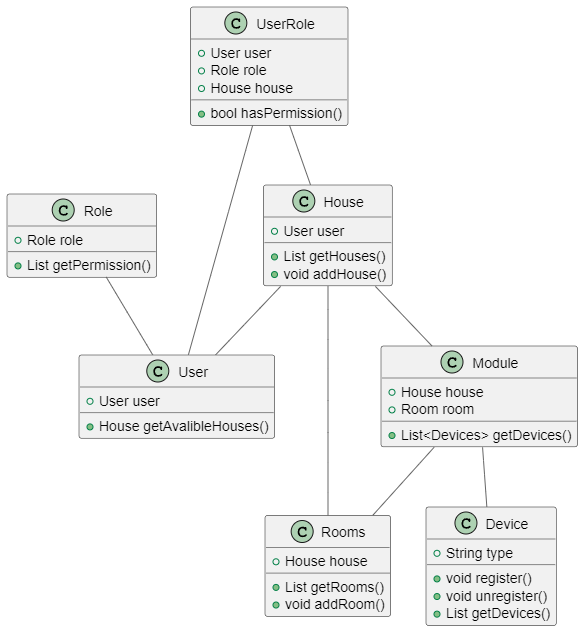
Earlier version of the PlantUML export images/code1.png (VZMDeadAngel/architecture-sprint-3). Its source is kept beside it as diagrams/code1.puml. Source of this version:
```plantuml
@startuml

top to bottom direction

!include https://raw.githubusercontent.com/plantuml-stdlib/C4-PlantUML/master/C4_Component.puml

class Role{
    +Role role
    +List getPermission()
}

class User{
    +User user
    +House getAvalibleHouses()
}

class Module{
    +House house
    +Room room
    +List<Devices> getDevices()
}

class House{
    +User user
    +List getHouses()
    +void addHouse()
}

class Rooms{
    +House house
    +List getRooms()
    +void addRoom()
}

class UserRole {
    +User user
    +Role role
    +House house
    +bool hasPermission()
}

class Device {
  +String type
  +void register()
  +void unregister()
  +List getDevices()
}

Role -- User
UserRole -- User
House -- Rooms
House -- User
UserRole -- House
House -- Module
Module -- Rooms
Module -- Device

@enduml
```
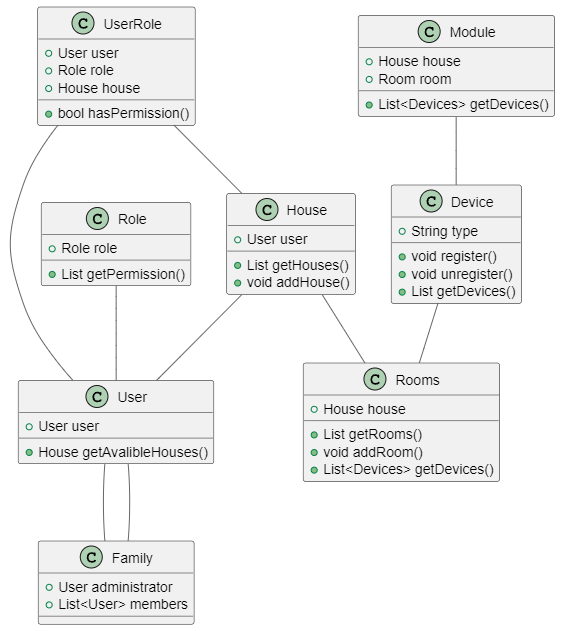
Above is the later version.

What changed in the source:
```diff
@@ -12,6 +12,11 @@
 class User{
     +User user
     +House getAvalibleHouses()
+}
+
+class Family{
+    +User administrator
+    +List<User> members
 }
 
 class Module{
@@ -30,6 +35,7 @@
     +House house
     +List getRooms()
     +void addRoom()
+    +List<Devices> getDevices()
 }
 
 class UserRole {
@@ -51,8 +57,9 @@
 House -- Rooms
 House -- User
 UserRole -- House
-House -- Module
-Module -- Rooms
 Module -- Device
+Family -- User
+User -- Family
+Device -- Rooms
 
 @enduml
```
